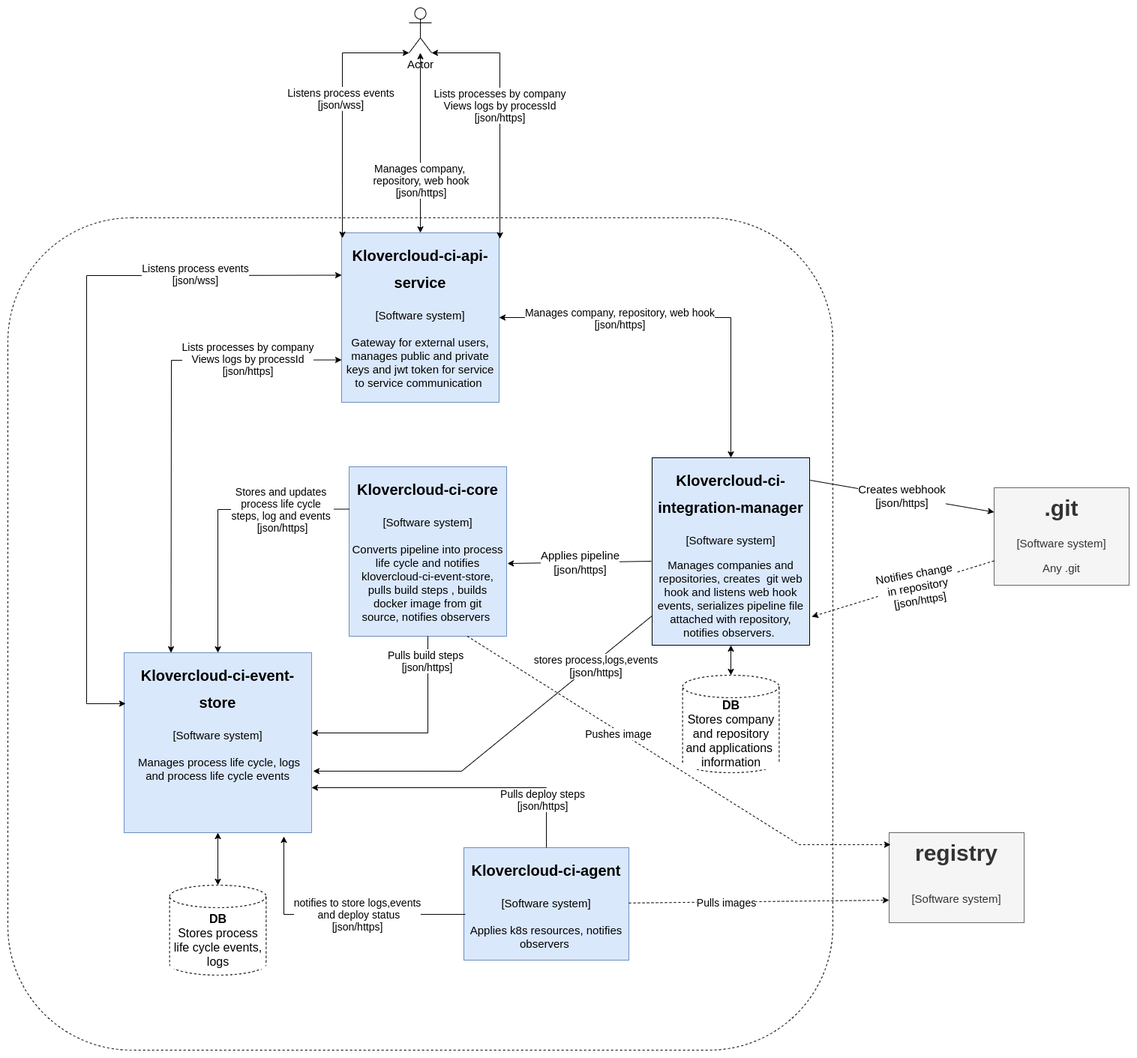
The draw.io diagram files/container.png in klovercloud-ci-cd/architecture, before a commit. Source tidied: cells renumbered, new cells last; positions are measured from the earlier drawing's top-left corner, leaving out a move shared by most shapes.
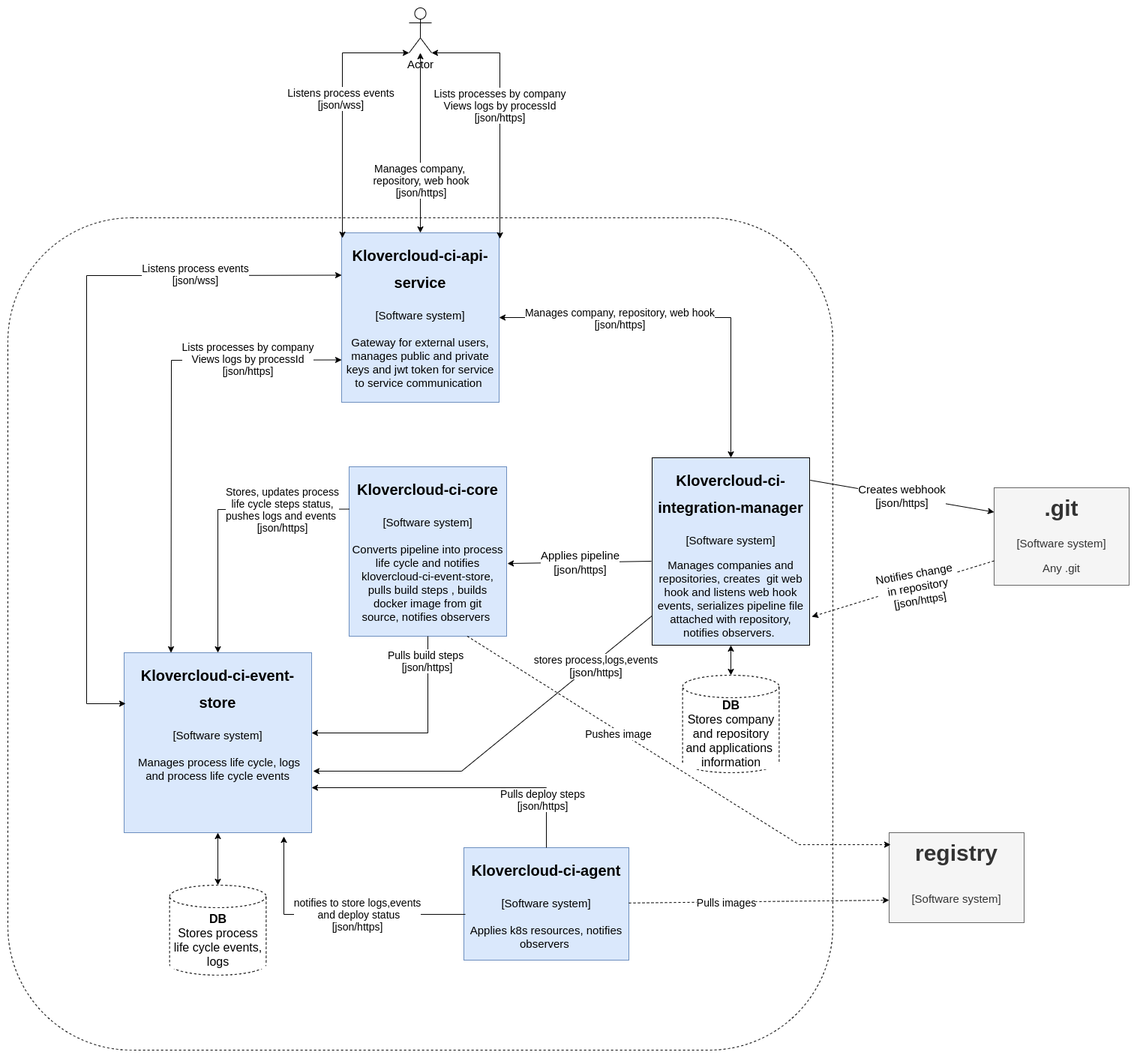
Above is the later version.

Commit message:
add klovercloud-ci-core component diagram

The edit, as a diff of the source:
```diff
@@ -55,20 +55,20 @@
         </Array>
       </mxGeometry>
     </mxCell>
-    <mxCell id="17" value="Stores and updates &lt;br&gt;process life cycle &lt;br&gt;steps,&amp;nbsp;log and events&amp;nbsp;&lt;br&gt;[json/https]" style="edgeLabel;html=1;align=center;verticalAlign=middle;fontSize=14;fontColor=default;labelBackgroundColor=default;" parent="16" vertex="1">
-      <mxGeometry x="-0.32" relative="1" as="geometry">
-        <mxPoint x="35" as="offset" />
-      </mxGeometry>
-    </mxCell>
-    <mxCell id="18" style="endArrow=classic;html=1;rounded=0;labelBackgroundColor=default;fontSize=14;fontColor=default;strokeColor=default;fillColor=default;exitX=0.5;exitY=1;exitDx=0;exitDy=0;" parent="1" edge="1" source="10">
-      <mxGeometry relative="1" as="geometry">
-        <mxPoint x="405" y="967" as="targetPoint" />
-        <Array as="points">
-          <mxPoint x="560" y="967" />
-        </Array>
-      </mxGeometry>
-    </mxCell>
+    <mxCell id="44" value="Stores, updates process&lt;br&gt;life cycle steps status,&lt;br&gt;pushes logs and events&amp;nbsp;&lt;br&gt;[json/https]" style="edgeLabel;html=1;align=center;verticalAlign=middle;fontSize=14;fontColor=default;labelBackgroundColor=default;" parent="16" vertex="1">
+      <mxGeometry x="-0.32" relative="1" as="geometry">
+        <mxPoint x="35" as="offset" />
+      </mxGeometry>
+    </mxCell>
+    <mxCell id="45" style="endArrow=classic;html=1;rounded=0;labelBackgroundColor=default;fontSize=14;fontColor=default;strokeColor=default;fillColor=default;exitX=0.5;exitY=1;exitDx=0;exitDy=0;" parent="1" edge="1" source="10">
+      <mxGeometry relative="1" as="geometry">
+        <mxPoint x="405" y="967" as="targetPoint" />
+        <Array as="points">
+          <mxPoint x="560" y="967" />
+        </Array>
+      </mxGeometry>
+    </mxCell>
-    <mxCell id="19" value="Pulls build steps&amp;nbsp;&lt;br&gt;[json/https]" style="edgeLabel;html=1;align=center;verticalAlign=middle;fontSize=14;fontColor=default;labelBackgroundColor=default;" parent="18" vertex="1">
+    <mxCell id="19" value="Pulls build steps&amp;nbsp;&lt;br&gt;[json/https]" style="edgeLabel;html=1;align=center;verticalAlign=middle;fontSize=14;fontColor=default;labelBackgroundColor=default;" parent="45" vertex="1">
       <mxGeometry x="0.65" y="2" relative="1" as="geometry">
         <mxPoint x="104" y="-99" as="offset" />
       </mxGeometry>
@@ -105,28 +105,28 @@
         </Array>
       </mxGeometry>
     </mxCell>
-    <mxCell id="26" style="endArrow=classic;startArrow=classic;html=1;rounded=0;labelBackgroundColor=default;fontSize=14;fontColor=default;strokeColor=default;fillColor=default;exitX=0.25;exitY=0;exitDx=0;exitDy=0;entryX=0;entryY=0.75;entryDx=0;entryDy=0;" parent="1" edge="1" source="13" target="22">
-      <mxGeometry relative="1" as="geometry">
-        <Array as="points">
-          <mxPoint x="218" y="470" />
-        </Array>
-      </mxGeometry>
-    </mxCell>
+    <mxCell id="46" style="endArrow=classic;startArrow=classic;html=1;rounded=0;labelBackgroundColor=default;fontSize=14;fontColor=default;strokeColor=default;fillColor=default;exitX=0.25;exitY=0;exitDx=0;exitDy=0;entryX=0;entryY=0.75;entryDx=0;entryDy=0;" parent="1" edge="1" source="13" target="22">
+      <mxGeometry relative="1" as="geometry">
+        <Array as="points">
+          <mxPoint x="218" y="470" />
+        </Array>
+      </mxGeometry>
+    </mxCell>
-    <mxCell id="27" value="Lists processes by company&lt;br&gt;Views logs by processId&lt;br&gt;[json/https]" style="edgeLabel;html=1;align=center;verticalAlign=middle;fontSize=14;fontColor=default;" parent="26" vertex="1">
+    <mxCell id="27" value="Lists processes by company&lt;br&gt;Views logs by processId&lt;br&gt;[json/https]" style="edgeLabel;html=1;align=center;verticalAlign=middle;fontSize=14;fontColor=default;" parent="46" vertex="1">
       <mxGeometry x="0.59" y="2" relative="1" as="geometry" />
     </mxCell>
-    <mxCell id="28" style="endArrow=classic;startArrow=classic;html=1;rounded=0;labelBackgroundColor=default;fontSize=14;fontColor=default;strokeColor=default;fillColor=default;exitX=0.008;exitY=0.283;exitDx=0;exitDy=0;entryX=0;entryY=0.25;entryDx=0;entryDy=0;exitPerimeter=0;" parent="1" edge="1" source="13" target="22">
-      <mxGeometry relative="1" as="geometry">
-        <Array as="points">
-          <mxPoint x="105" y="928" />
-          <mxPoint x="105" y="357" />
-          <mxPoint x="235" y="357" />
-        </Array>
-      </mxGeometry>
-    </mxCell>
-    <mxCell id="29" value="Listens process events&lt;br&gt;[json/wss]" style="edgeLabel;html=1;align=center;verticalAlign=middle;fontSize=14;fontColor=default;" parent="28" vertex="1">
-      <mxGeometry x="0.59" y="2" relative="1" as="geometry" />
-    </mxCell>
+    <mxCell id="47" style="endArrow=classic;startArrow=classic;html=1;rounded=0;labelBackgroundColor=default;fontSize=14;fontColor=default;strokeColor=default;fillColor=default;exitX=0.008;exitY=0.283;exitDx=0;exitDy=0;entryX=0;entryY=0.25;entryDx=0;entryDy=0;exitPerimeter=0;" parent="1" edge="1" source="13" target="22">
+      <mxGeometry relative="1" as="geometry">
+        <Array as="points">
+          <mxPoint x="105" y="928" />
+          <mxPoint x="105" y="357" />
+          <mxPoint x="235" y="357" />
+        </Array>
+      </mxGeometry>
+    </mxCell>
+    <mxCell id="48" value="Listens process events&lt;br&gt;[json/wss]" style="edgeLabel;html=1;align=center;verticalAlign=middle;fontSize=14;fontColor=default;" parent="47" vertex="1">
+      <mxGeometry x="0.59" y="2" relative="1" as="geometry" />
+    </mxCell>
     <mxCell id="30" value="&lt;h1&gt;&lt;span&gt;registry&lt;/span&gt;&lt;/h1&gt;&lt;h1&gt;&lt;span style=&quot;font-size: 15px ; font-weight: normal&quot;&gt;[Software system]&lt;/span&gt;&lt;/h1&gt;&lt;div&gt;&lt;span style=&quot;font-size: 15px ; font-weight: normal&quot;&gt;&lt;br&gt;&lt;/span&gt;&lt;/div&gt;" style="text;html=1;strokeColor=#666666;fillColor=#f5f5f5;spacing=5;spacingTop=-20;whiteSpace=wrap;overflow=hidden;rounded=0;fontSize=15;fontColor=#333333;align=center;" parent="1" vertex="1">
       <mxGeometry x="1175" y="1100" width="180" height="120" as="geometry" />
     </mxCell>
@@ -149,14 +149,14 @@
     <mxCell id="35" value="Actor" style="shape=umlActor;verticalLabelPosition=bottom;verticalAlign=top;html=1;outlineConnect=0;labelBackgroundColor=default;fontSize=15;fontColor=default;strokeColor=default;fillColor=default;" parent="1" vertex="1">
       <mxGeometry x="535" width="30" height="60" as="geometry" />
     </mxCell>
-    <mxCell id="36" style="endArrow=classic;startArrow=classic;html=1;rounded=0;labelBackgroundColor=default;fontSize=14;fontColor=default;strokeColor=default;fillColor=default;exitX=0.5;exitY=0;exitDx=0;exitDy=0;" parent="1" edge="1" source="22" target="35">
-      <mxGeometry relative="1" as="geometry">
-        <Array as="points">
-          <mxPoint x="550" y="230" />
-        </Array>
-      </mxGeometry>
-    </mxCell>
+    <mxCell id="49" style="endArrow=classic;startArrow=classic;html=1;rounded=0;labelBackgroundColor=default;fontSize=14;fontColor=default;strokeColor=default;fillColor=default;exitX=0.5;exitY=0;exitDx=0;exitDy=0;" parent="1" edge="1" source="22" target="35">
+      <mxGeometry relative="1" as="geometry">
+        <Array as="points">
+          <mxPoint x="550" y="230" />
+        </Array>
+      </mxGeometry>
+    </mxCell>
-    <mxCell id="37" value="Manages company, &lt;br&gt;repository, web hook&lt;br&gt;[json/https]" style="edgeLabel;html=1;align=center;verticalAlign=middle;fontSize=14;fontColor=default;labelBackgroundColor=default;" parent="36" vertex="1">
+    <mxCell id="37" value="Manages company, &lt;br&gt;repository, web hook&lt;br&gt;[json/https]" style="edgeLabel;html=1;align=center;verticalAlign=middle;fontSize=14;fontColor=default;labelBackgroundColor=default;" parent="49" vertex="1">
       <mxGeometry x="0.08" y="1" relative="1" as="geometry">
         <mxPoint x="1" y="59" as="offset" />
       </mxGeometry>
@@ -168,17 +168,17 @@
         </Array>
       </mxGeometry>
     </mxCell>
-    <mxCell id="39" value="Listens process events&lt;br&gt;[json/wss]" style="edgeLabel;html=1;align=center;verticalAlign=middle;fontSize=14;fontColor=default;" parent="38" vertex="1">
-      <mxGeometry x="-0.11" y="-3" relative="1" as="geometry" />
-    </mxCell>
-    <mxCell id="40" style="endArrow=classic;startArrow=classic;html=1;rounded=0;labelBackgroundColor=default;fontSize=14;fontColor=default;strokeColor=default;fillColor=default;exitX=1.005;exitY=0.035;exitDx=0;exitDy=0;exitPerimeter=0;entryX=1;entryY=1;entryDx=0;entryDy=0;entryPerimeter=0;" parent="1" edge="1" source="22" target="35">
-      <mxGeometry relative="1" as="geometry">
-        <Array as="points">
-          <mxPoint x="656" y="60" />
-        </Array>
-      </mxGeometry>
-    </mxCell>
+    <mxCell id="50" value="Listens process events&lt;br&gt;[json/wss]" style="edgeLabel;html=1;align=center;verticalAlign=middle;fontSize=14;fontColor=default;" parent="38" vertex="1">
+      <mxGeometry x="-0.11" y="-3" relative="1" as="geometry" />
+    </mxCell>
+    <mxCell id="51" style="endArrow=classic;startArrow=classic;html=1;rounded=0;labelBackgroundColor=default;fontSize=14;fontColor=default;strokeColor=default;fillColor=default;exitX=1.005;exitY=0.035;exitDx=0;exitDy=0;exitPerimeter=0;entryX=1;entryY=1;entryDx=0;entryDy=0;entryPerimeter=0;" parent="1" edge="1" source="22" target="35">
+      <mxGeometry relative="1" as="geometry">
+        <Array as="points">
+          <mxPoint x="656" y="60" />
+        </Array>
+      </mxGeometry>
+    </mxCell>
-    <mxCell id="41" value="Lists processes by company&lt;br&gt;Views logs by processId&lt;br&gt;[json/https]" style="edgeLabel;html=1;align=center;verticalAlign=middle;fontSize=14;fontColor=default;labelBackgroundColor=default;" parent="40" vertex="1">
+    <mxCell id="41" value="Lists processes by company&lt;br&gt;Views logs by processId&lt;br&gt;[json/https]" style="edgeLabel;html=1;align=center;verticalAlign=middle;fontSize=14;fontColor=default;labelBackgroundColor=default;" parent="51" vertex="1">
       <mxGeometry x="0.34" y="-2" relative="1" as="geometry">
         <mxPoint x="-3" y="49" as="offset" />
       </mxGeometry>
```
